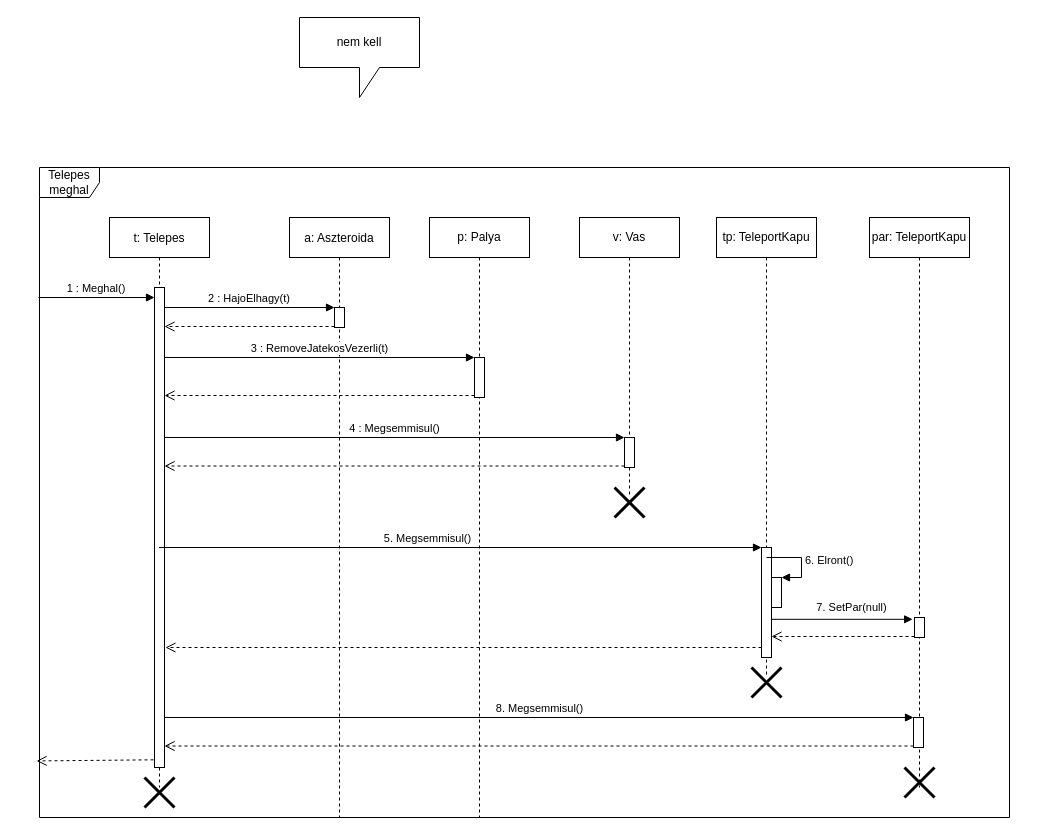
Before: page "teleportkapu par rakterben" (2 of 3) of doc/szekvencia/4het_szek_telepesMeghal.drawio in torpeBoiGo/aszteroidabanyaszat, a draw.io diagram. Source tidied: cells renumbered, new cells numbered last; positions are measured from the earlier drawing's top-left corner, leaving out a move shared by most shapes. Both pictures are drawn from the tidied source at 100%, with x=0, y=0 at pixel (39, 17).
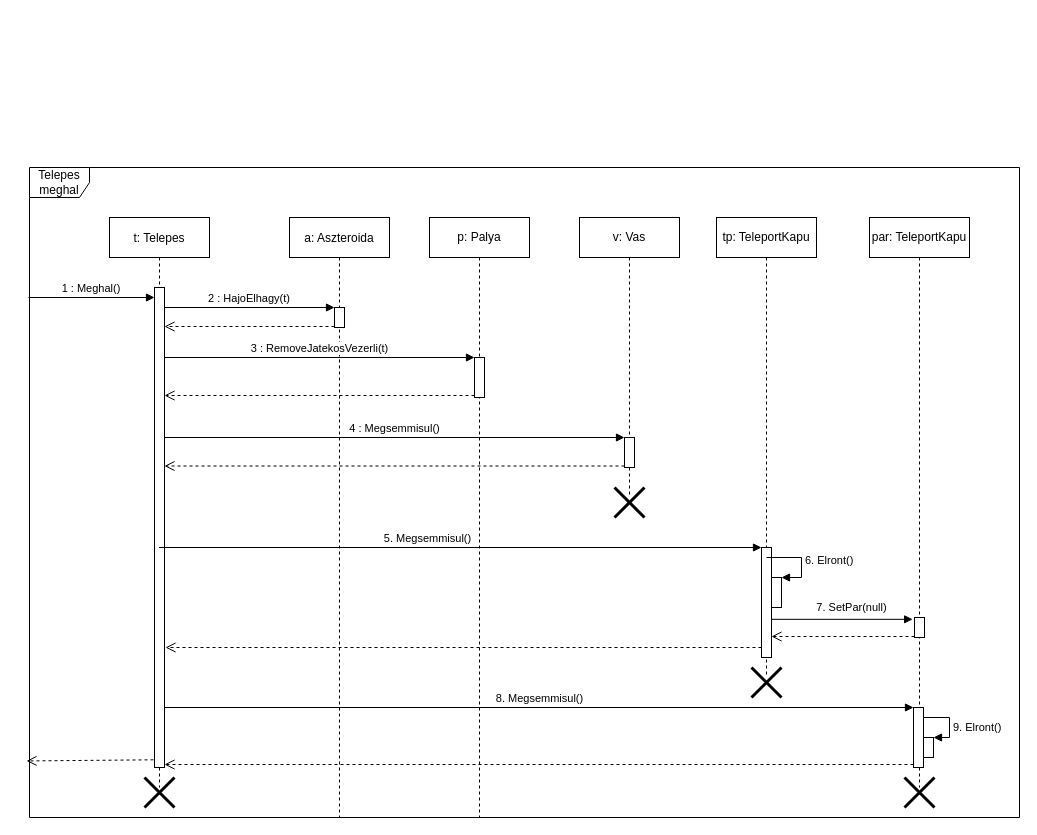
The same page after the edit.

Commit message:
Update 4het_szek_telepesMeghal.drawio: kapupar nala javitas

The change refers to these unchanged cells:
```xml
<mxCell id="25" value="par: TeleportKapu" style="shape=umlLifeline;perimeter=lifelinePerimeter;whiteSpace=wrap;html=1;" parent="1" vertex="1">
  <mxGeometry x="830" y="200" width="100" height="570" as="geometry" />
</mxCell>
```

Diff of the diagram source:
```diff
@@
     <mxCell id="2" value="Telepes meghal" style="shape=umlFrame;whiteSpace=wrap;html=1;" parent="1" vertex="1">
-      <mxGeometry y="150" width="970" height="650" as="geometry" />
+      <mxGeometry x="-10" y="150" width="990" height="650" as="geometry" />
     </mxCell>
@@
-    <mxCell id="27" style="shape=umlDestroy;whiteSpace=wrap;html=1;strokeWidth=3;" parent="25" vertex="1">
-      <mxGeometry x="35" y="550" width="30" height="30" as="geometry" />
-    </mxCell>
     <mxCell id="28" style="html=1;points=[];perimeter=orthogonalPerimeter;" parent="25" vertex="1">
-      <mxGeometry x="44" y="500" width="10" height="30" as="geometry" />
+      <mxGeometry x="44" y="490" width="10" height="60" as="geometry" />
     </mxCell>
+    <mxCell id="37" style="html=1;points=[];perimeter=orthogonalPerimeter;" parent="25" vertex="1">
+      <mxGeometry x="54" y="520" width="10" height="20" as="geometry" />
+    </mxCell>
+    <mxCell id="38" value="9. Elront()" style="edgeStyle=orthogonalEdgeStyle;html=1;align=left;spacingLeft=2;endArrow=block;rounded=0;entryX=1;entryY=0;" parent="25" edge="1" source="28" target="37">
+      <mxGeometry x="0.16" relative="1" as="geometry">
+        <Array as="points">
+          <mxPoint x="80" y="500" />
+          <mxPoint x="80" y="520" />
+        </Array>
+      </mxGeometry>
+    </mxCell>
@@
-    <mxCell id="36" value="nem kell" style="shape=callout;whiteSpace=wrap;html=1;perimeter=calloutPerimeter;" parent="1" vertex="1">
-      <mxGeometry x="260" width="120" height="80" as="geometry" />
-    </mxCell>
+    <mxCell id="27" style="shape=umlDestroy;whiteSpace=wrap;html=1;strokeWidth=3;" parent="1" vertex="1">
+      <mxGeometry x="865" y="760" width="30" height="30" as="geometry" />
+    </mxCell>
```
